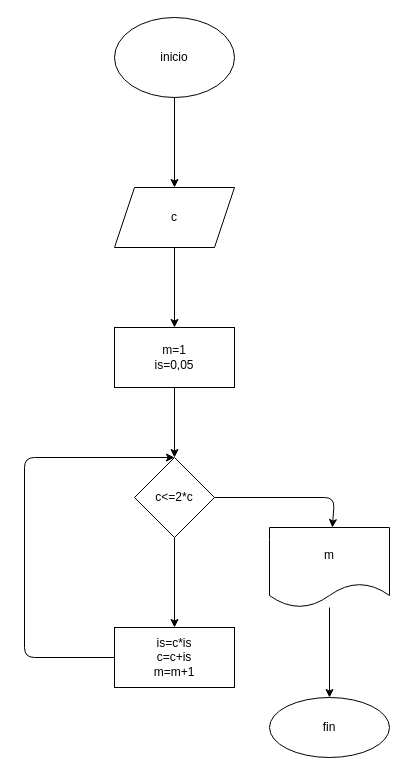
Above: diagrama.drawio in olarte18/capital_while (draw.io), before the change. Source tidied: cells renumbered, new cells numbered last; positions are measured from the earlier drawing's top-left corner, leaving out a move shared by most shapes. Both pictures are drawn from the tidied source at 100%, with x=0, y=0 at pixel (24, 17).
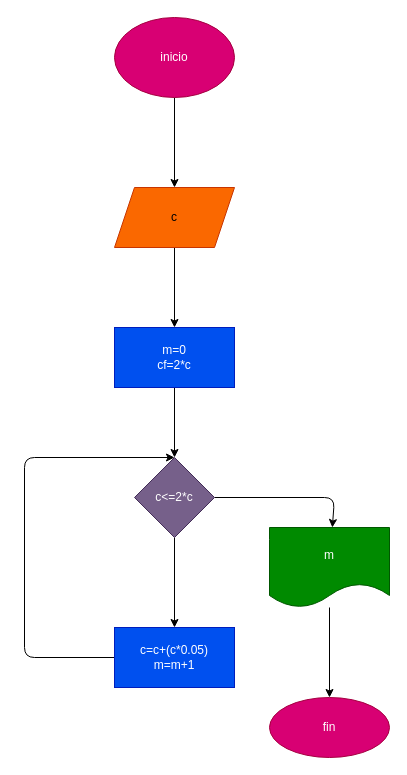
The same diagram, later.

What changed in the source:
```diff
@@
 <mxGraphModel>
   <root>
     <mxCell id="0" />
     <mxCell id="1" parent="0" />
     <mxCell id="2" style="edgeStyle=none;html=1;" parent="1" edge="1" source="3" target="5">
       <mxGeometry relative="1" as="geometry" />
     </mxCell>
-    <mxCell id="3" value="inicio" style="ellipse;whiteSpace=wrap;html=1;" parent="1" vertex="1">
+    <mxCell id="3" value="inicio" style="ellipse;whiteSpace=wrap;html=1;fillColor=#d80073;fontColor=#ffffff;strokeColor=#A50040;" parent="1" vertex="1">
       <mxGeometry x="90" width="120" height="80" as="geometry" />
     </mxCell>
     <mxCell id="4" style="edgeStyle=none;html=1;" parent="1" edge="1" source="5" target="7">
       <mxGeometry relative="1" as="geometry" />
     </mxCell>
-    <mxCell id="5" value="c" style="shape=parallelogram;perimeter=parallelogramPerimeter;whiteSpace=wrap;html=1;fixedSize=1;" parent="1" vertex="1">
+    <mxCell id="5" value="c" style="shape=parallelogram;perimeter=parallelogramPerimeter;whiteSpace=wrap;html=1;fixedSize=1;fillColor=#fa6800;fontColor=#000000;strokeColor=#C73500;" parent="1" vertex="1">
       <mxGeometry x="90" y="170" width="120" height="60" as="geometry" />
     </mxCell>
     <mxCell id="6" style="edgeStyle=none;html=1;" parent="1" edge="1" source="7" target="10">
       <mxGeometry relative="1" as="geometry" />
     </mxCell>
-    <mxCell id="7" value="m=1&lt;br&gt;is=0,05" style="whiteSpace=wrap;html=1;" parent="1" vertex="1">
+    <mxCell id="7" value="m=0&lt;br&gt;cf=2*c" style="whiteSpace=wrap;html=1;fillColor=#0050ef;fontColor=#ffffff;strokeColor=#001DBC;" parent="1" vertex="1">
       <mxGeometry x="90" y="310" width="120" height="60" as="geometry" />
     </mxCell>
     <mxCell id="8" style="edgeStyle=none;html=1;" parent="1" edge="1" source="10" target="12">
       <mxGeometry relative="1" as="geometry" />
     </mxCell>
     <mxCell id="9" style="edgeStyle=none;html=1;exitX=1;exitY=0.5;exitDx=0;exitDy=0;" parent="1" edge="1" source="10" target="14">
       <mxGeometry relative="1" as="geometry">
         <Array as="points">
           <mxPoint x="310" y="480" />
         </Array>
       </mxGeometry>
     </mxCell>
-    <mxCell id="10" value="c&amp;lt;=2*c" style="rhombus;whiteSpace=wrap;html=1;" parent="1" vertex="1">
+    <mxCell id="10" value="c&amp;lt;=2*c" style="rhombus;whiteSpace=wrap;html=1;fillColor=#76608a;fontColor=#ffffff;strokeColor=#432D57;" parent="1" vertex="1">
       <mxGeometry x="110" y="440" width="80" height="80" as="geometry" />
     </mxCell>
     <mxCell id="11" style="edgeStyle=none;html=1;exitX=0;exitY=0.5;exitDx=0;exitDy=0;" parent="1" edge="1" source="12">
       <mxGeometry relative="1" as="geometry">
         <mxPoint x="150" y="440" as="targetPoint" />
         <Array as="points">
           <mxPoint y="640" />
           <mxPoint y="440" />
         </Array>
       </mxGeometry>
     </mxCell>
-    <mxCell id="12" value="is=c*is&lt;br&gt;c=c+is&lt;br&gt;m=m+1" style="whiteSpace=wrap;html=1;" parent="1" vertex="1">
+    <mxCell id="12" value="c=c+(c*0.05)&lt;br&gt;m=m+1" style="whiteSpace=wrap;html=1;fillColor=#0050ef;fontColor=#ffffff;strokeColor=#001DBC;" parent="1" vertex="1">
       <mxGeometry x="90" y="610" width="120" height="60" as="geometry" />
     </mxCell>
     <mxCell id="13" style="edgeStyle=none;html=1;" parent="1" edge="1" source="14" target="15">
       <mxGeometry relative="1" as="geometry" />
     </mxCell>
-    <mxCell id="14" value="m" style="shape=document;whiteSpace=wrap;html=1;boundedLbl=1;" parent="1" vertex="1">
+    <mxCell id="14" value="m" style="shape=document;whiteSpace=wrap;html=1;boundedLbl=1;fillColor=#008a00;fontColor=#ffffff;strokeColor=#005700;" parent="1" vertex="1">
       <mxGeometry x="245" y="510" width="120" height="80" as="geometry" />
     </mxCell>
-    <mxCell id="15" value="fin" style="ellipse;whiteSpace=wrap;html=1;" parent="1" vertex="1">
+    <mxCell id="15" value="fin" style="ellipse;whiteSpace=wrap;html=1;fillColor=#d80073;fontColor=#ffffff;strokeColor=#A50040;" parent="1" vertex="1">
       <mxGeometry x="245" y="680" width="120" height="60" as="geometry" />
     </mxCell>
   </root>
 </mxGraphModel>
```
